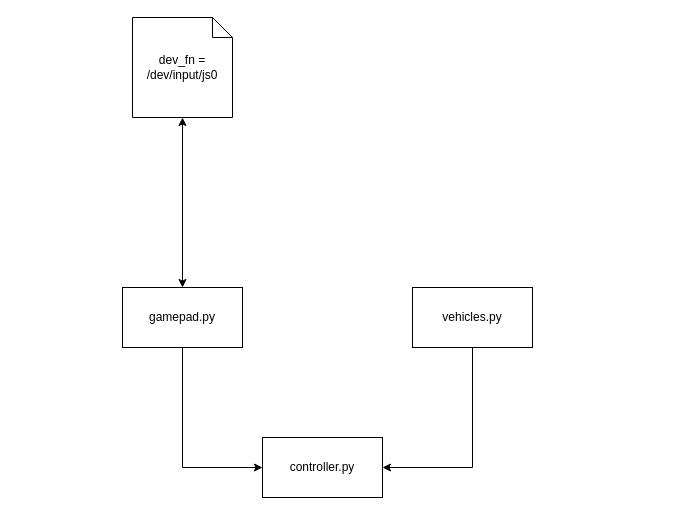
The draw.io diagram Diagrams/InformationFlow_PiRacer.drawio in jojeongmin304/DES_PiRacer-Assembly, before the edit. Source tidied: cells renumbered, new cells numbered last; positions are measured from the earlier drawing's top-left corner, leaving out a move shared by most shapes. Both pictures are drawn from the tidied source at 100%, with x=0, y=0 at pixel (122, 17).
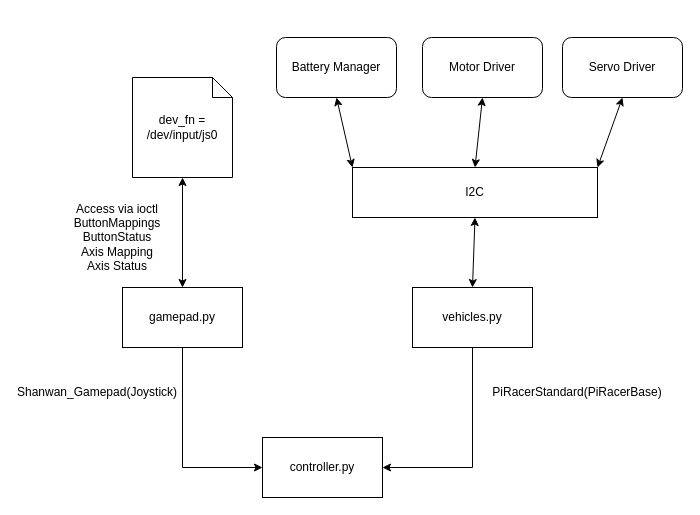
The same page after the edit.

What changed in the source:
```diff
@@
 <mxGraphModel>
   <root>
     <mxCell id="0" />
     <mxCell id="1" parent="0" />
     <mxCell id="2" style="edgeStyle=orthogonalEdgeStyle;rounded=0;jettySize=auto;html=1;entryX=0;entryY=0.5;entryDx=0;entryDy=0;exitX=0.5;exitY=1;exitDx=0;exitDy=0;" parent="1" edge="1" source="3" target="6">
       <mxGeometry relative="1" as="geometry" />
     </mxCell>
     <mxCell id="3" value="gamepad.py" style="rounded=0;whiteSpace=wrap;html=1;" parent="1" vertex="1">
       <mxGeometry y="270" width="120" height="60" as="geometry" />
     </mxCell>
     <mxCell id="4" style="rounded=0;jettySize=auto;html=1;exitX=0.5;exitY=1;exitDx=0;exitDy=0;entryX=1;entryY=0.5;entryDx=0;entryDy=0;edgeStyle=orthogonalEdgeStyle;" parent="1" edge="1" source="5" target="6">
       <mxGeometry relative="1" as="geometry" />
     </mxCell>
     <mxCell id="5" value="vehicles.py" style="rounded=0;whiteSpace=wrap;html=1;" parent="1" vertex="1">
       <mxGeometry x="290" y="270" width="120" height="60" as="geometry" />
     </mxCell>
     <mxCell id="6" value="controller.py" style="rounded=0;whiteSpace=wrap;html=1;" parent="1" vertex="1">
       <mxGeometry x="140" y="420" width="120" height="60" as="geometry" />
     </mxCell>
     <mxCell id="7" value="dev_fn = /dev/input/js0" style="shape=note;size=20;whiteSpace=wrap;html=1;" parent="1" vertex="1">
-      <mxGeometry x="10" width="100" height="100" as="geometry" />
+      <mxGeometry x="10" y="60" width="100" height="100" as="geometry" />
     </mxCell>
     <mxCell id="8" style="endArrow=classic;startArrow=classic;html=1;rounded=0;exitX=0.5;exitY=0;exitDx=0;exitDy=0;entryX=0.5;entryY=1;entryDx=0;entryDy=0;entryPerimeter=0;" parent="1" edge="1" source="3" target="7">
       <mxGeometry relative="1" as="geometry" />
     </mxCell>
+    <mxCell id="9" value="Access via ioctl&lt;div&gt;ButtonMappings&lt;/div&gt;&lt;div&gt;ButtonStatus&lt;/div&gt;&lt;div&gt;Axis Mapping&lt;/div&gt;&lt;div&gt;Axis Status&lt;/div&gt;" style="text;html=1;align=center;verticalAlign=middle;whiteSpace=wrap;rounded=0;" parent="1" vertex="1">
+      <mxGeometry x="-50" y="200" width="90" height="40" as="geometry" />
+    </mxCell>
+    <mxCell id="10" value="Shanwan_Gamepad(Joystick)" style="text;html=1;align=center;verticalAlign=middle;whiteSpace=wrap;rounded=0;" parent="1" vertex="1">
+      <mxGeometry x="-80" y="360" width="110" height="30" as="geometry" />
+    </mxCell>
+    <mxCell id="11" value="PiRacerStandard(PiRacerBase)" style="text;html=1;align=center;verticalAlign=middle;whiteSpace=wrap;rounded=0;" parent="1" vertex="1">
+      <mxGeometry x="400" y="360" width="110" height="30" as="geometry" />
+    </mxCell>
+    <mxCell id="12" value="Battery Manager" style="rounded=1;whiteSpace=wrap;html=1;" parent="1" vertex="1">
+      <mxGeometry x="154" y="20" width="120" height="60" as="geometry" />
+    </mxCell>
+    <mxCell id="13" value="Motor Driver" style="rounded=1;whiteSpace=wrap;html=1;" parent="1" vertex="1">
+      <mxGeometry x="300" y="20" width="120" height="60" as="geometry" />
+    </mxCell>
+    <mxCell id="14" value="Servo Driver" style="rounded=1;whiteSpace=wrap;html=1;" parent="1" vertex="1">
+      <mxGeometry x="440" y="20" width="120" height="60" as="geometry" />
+    </mxCell>
+    <mxCell id="15" style="endArrow=classic;startArrow=classic;html=1;rounded=0;entryX=0.5;entryY=1;entryDx=0;entryDy=0;exitX=0;exitY=0;exitDx=0;exitDy=0;" parent="1" edge="1" source="17" target="12">
+      <mxGeometry relative="1" as="geometry" />
+    </mxCell>
+    <mxCell id="16" style="endArrow=classic;startArrow=classic;html=1;rounded=0;entryX=0.5;entryY=1;entryDx=0;entryDy=0;exitX=0.5;exitY=0;exitDx=0;exitDy=0;" parent="1" edge="1" source="17" target="13">
+      <mxGeometry relative="1" as="geometry" />
+    </mxCell>
+    <mxCell id="17" value="I2C" style="rounded=0;whiteSpace=wrap;html=1;" parent="1" vertex="1">
+      <mxGeometry x="230" y="150" width="245" height="50" as="geometry" />
+    </mxCell>
+    <mxCell id="18" style="endArrow=classic;startArrow=classic;html=1;rounded=0;entryX=0.5;entryY=1;entryDx=0;entryDy=0;exitX=1;exitY=0;exitDx=0;exitDy=0;" parent="1" edge="1" source="17" target="14">
+      <mxGeometry relative="1" as="geometry" />
+    </mxCell>
+    <mxCell id="19" style="endArrow=classic;startArrow=classic;html=1;rounded=0;exitX=0.5;exitY=0;exitDx=0;exitDy=0;entryX=0.5;entryY=1;entryDx=0;entryDy=0;" parent="1" edge="1" source="5" target="17">
+      <mxGeometry relative="1" as="geometry" />
+    </mxCell>
   </root>
 </mxGraphModel>
```
